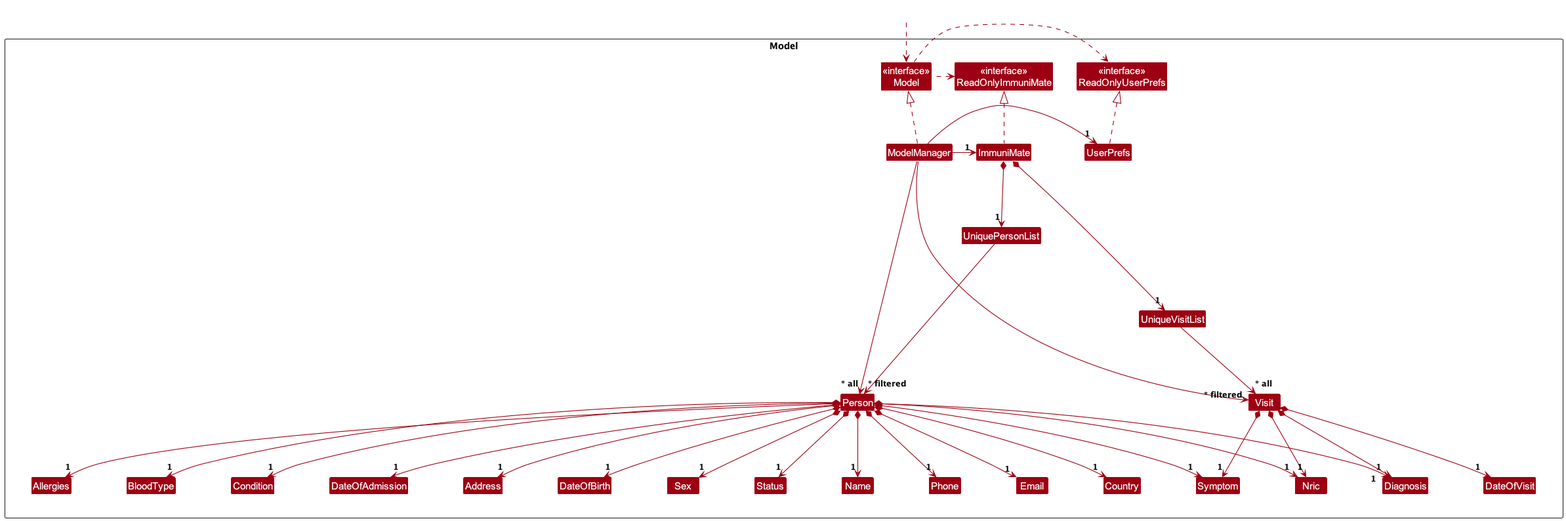
AY2324S2-CS2103T-T08-1/tp keeps this PlantUML diagram as docs/images/ModelClassDiagram.png. Above is the earlier version.
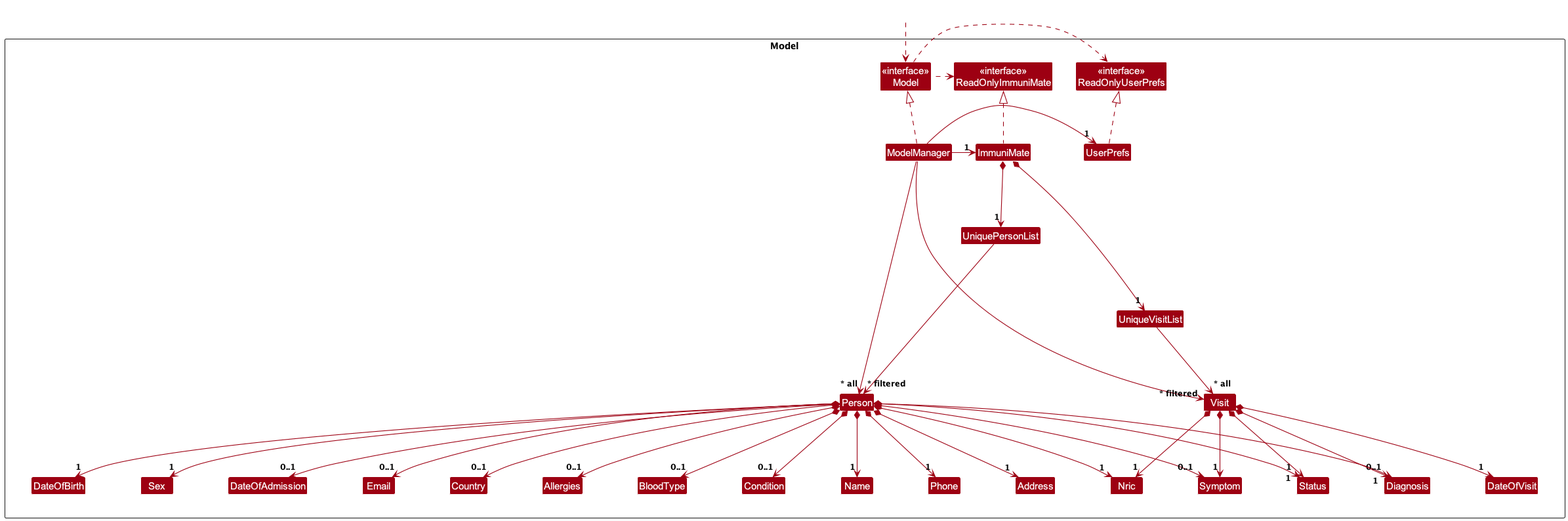
After the commit.

Commit message:
Optional fields in Model Class Diagram.

Change to the diagram source:
```diff
@@ -60,19 +60,20 @@
 Person *--> "1" Sex
 Person *--> "1" Status
 
-Person *--> "1" Email
-Person *--> "1" Country
-Person *--> "1" Allergies
-Person *--> "1" BloodType
-Person *--> "1" Condition
-Person *--> "1" DateOfAdmission
-Person *--> "1" Diagnosis
-Person *--> "1" Symptom
+Person *--> "0..1" Email
+Person *--> "0..1" Country
+Person *--> "0..1" Allergies
+Person *--> "0..1" BloodType
+Person *--> "0..1" Condition
+Person *--> "0..1" DateOfAdmission
+Person *--> "0..1" Diagnosis
+Person *--> "0..1" Symptom
 
 Visit *--> "1" DateOfVisit
 Visit *--> "1" Nric
 Visit *--> "1" Diagnosis
 Visit *--> "1" Symptom
+Visit *--> "1" Status
 
 
 Person -[hidden]up--> I
```
